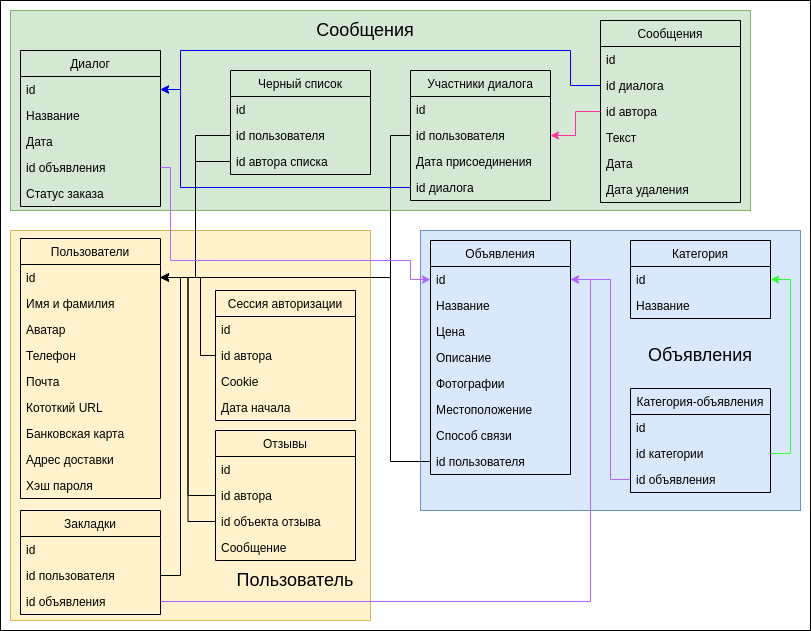
Before: logic.png, a diagram exported from draw.io (marksadykov/Highload_Ula). Source tidied: cells renumbered, new cells last; positions are measured from the earlier drawing's top-left corner, leaving out a move shared by most shapes.
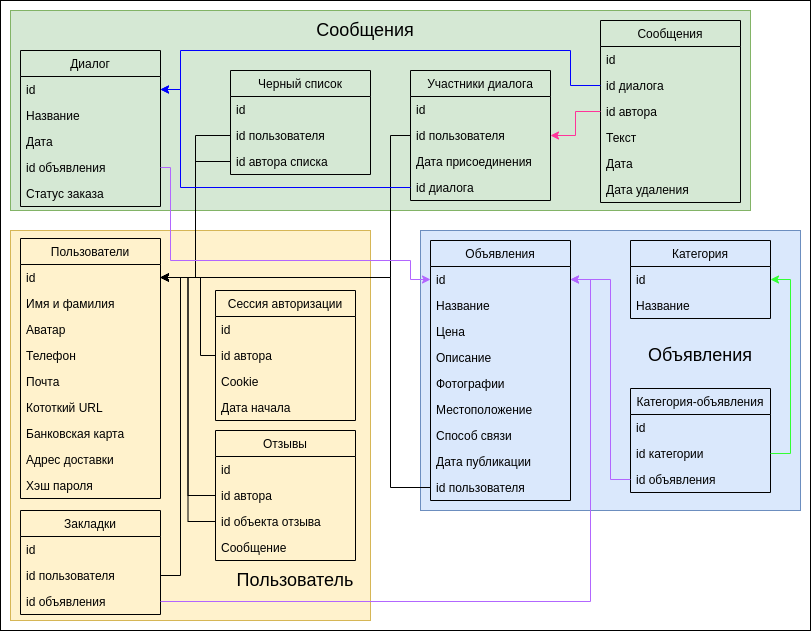
After the commit.

Commit message:
физическая схема БД

What changed in the source:
```diff
@@ -86,7 +86,7 @@
       </mxGeometry>
     </mxCell>
     <mxCell id="28" value="Объявления" style="swimlane;fontStyle=0;horizontal=1;startSize=26;fillColor=none;" parent="1" vertex="1">
-      <mxGeometry x="430" y="240" width="140" height="234" as="geometry" />
+      <mxGeometry x="430" y="240" width="140" height="260" as="geometry" />
     </mxCell>
     <mxCell id="29" value="id" style="text;strokeColor=none;fillColor=none;align=left;verticalAlign=top;spacingLeft=4;spacingRight=4;overflow=hidden;points=[[0,0.5],[1,0.5]];portConstraint=eastwest;" parent="28" vertex="1">
       <mxGeometry y="26" width="140" height="26" as="geometry" />
@@ -106,16 +106,19 @@
     <mxCell id="34" value="Местоположение" style="text;strokeColor=none;fillColor=none;align=left;verticalAlign=top;spacingLeft=4;spacingRight=4;overflow=hidden;" parent="28" vertex="1">
       <mxGeometry y="156" width="140" height="26" as="geometry" />
     </mxCell>
+    <mxCell id="86" value="Способ связи" style="text;strokeColor=none;fillColor=none;align=left;verticalAlign=top;spacingLeft=4;spacingRight=4;overflow=hidden;" parent="28" vertex="1">
+      <mxGeometry y="182" width="140" height="26" as="geometry" />
+    </mxCell>
-    <mxCell id="35" value="Способ связи" style="text;strokeColor=none;fillColor=none;align=left;verticalAlign=top;spacingLeft=4;spacingRight=4;overflow=hidden;" parent="28" vertex="1">
-      <mxGeometry y="182" width="140" height="26" as="geometry" />
+    <mxCell id="35" value="Дата публикации" style="text;strokeColor=none;fillColor=none;align=left;verticalAlign=top;spacingLeft=4;spacingRight=4;overflow=hidden;" parent="28" vertex="1">
+      <mxGeometry y="208" width="140" height="26" as="geometry" />
     </mxCell>
     <mxCell id="36" value="id пользователя" style="text;strokeColor=none;fillColor=none;align=left;verticalAlign=top;spacingLeft=4;spacingRight=4;overflow=hidden;points=[[0,0.5],[1,0.5]];portConstraint=eastwest;" parent="28" vertex="1">
-      <mxGeometry y="208" width="140" height="26" as="geometry" />
+      <mxGeometry y="234" width="140" height="26" as="geometry" />
     </mxCell>
     <mxCell id="37" style="edgeStyle=orthogonalEdgeStyle;rounded=0;jettySize=auto;html=1;exitX=0;exitY=0.5;exitDx=0;exitDy=0;entryX=1;entryY=0.5;entryDx=0;entryDy=0;" parent="1" edge="1" source="36" target="7">
       <mxGeometry relative="1" as="geometry">
         <Array as="points">
-          <mxPoint x="390" y="461" />
+          <mxPoint x="390" y="487" />
           <mxPoint x="390" y="277" />
         </Array>
       </mxGeometry>
```
